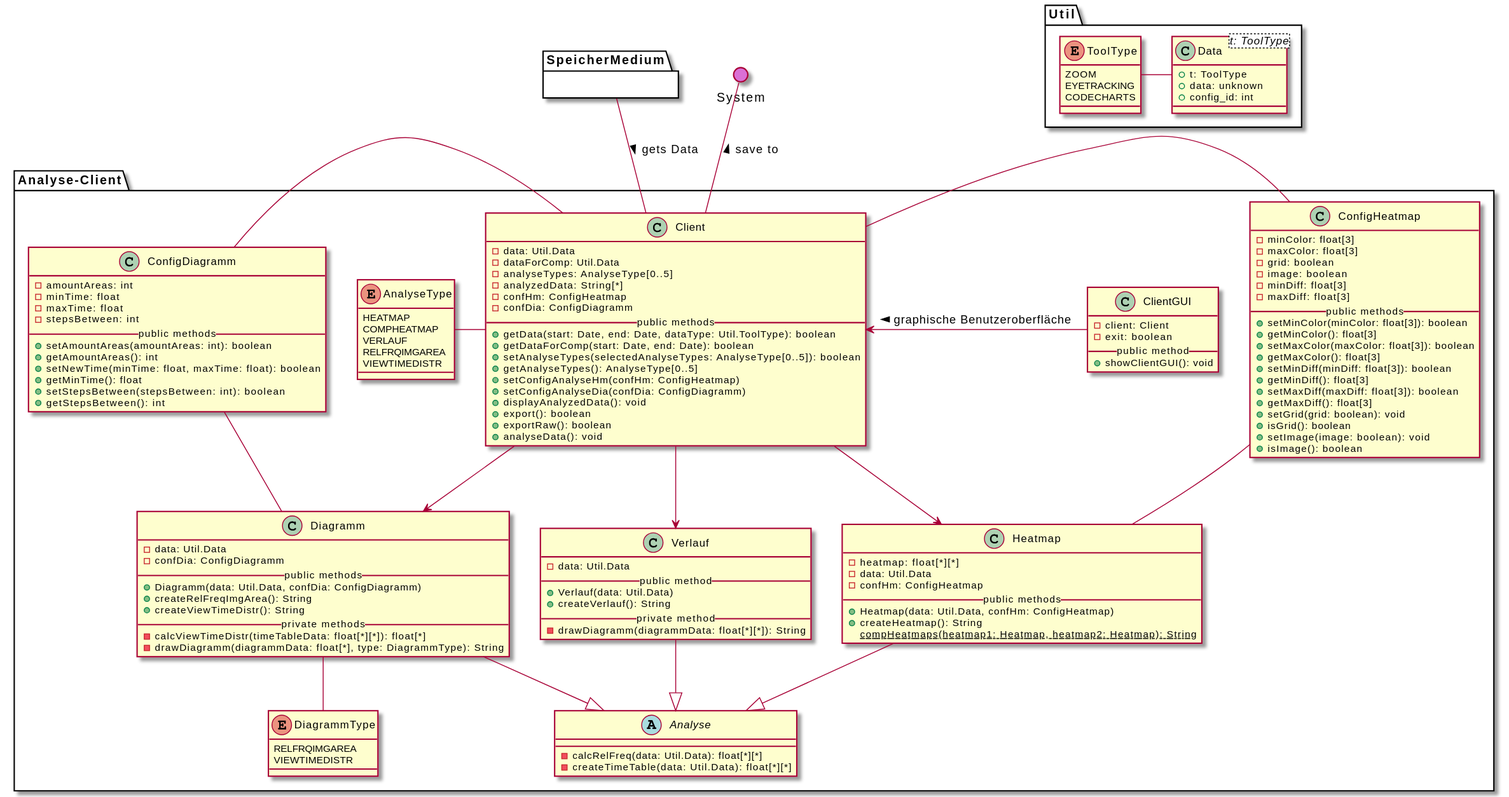
The PlantUML diagram uml-class/analyseclient/analyseclient.svg in weichware-10/dokumente, before a commit.
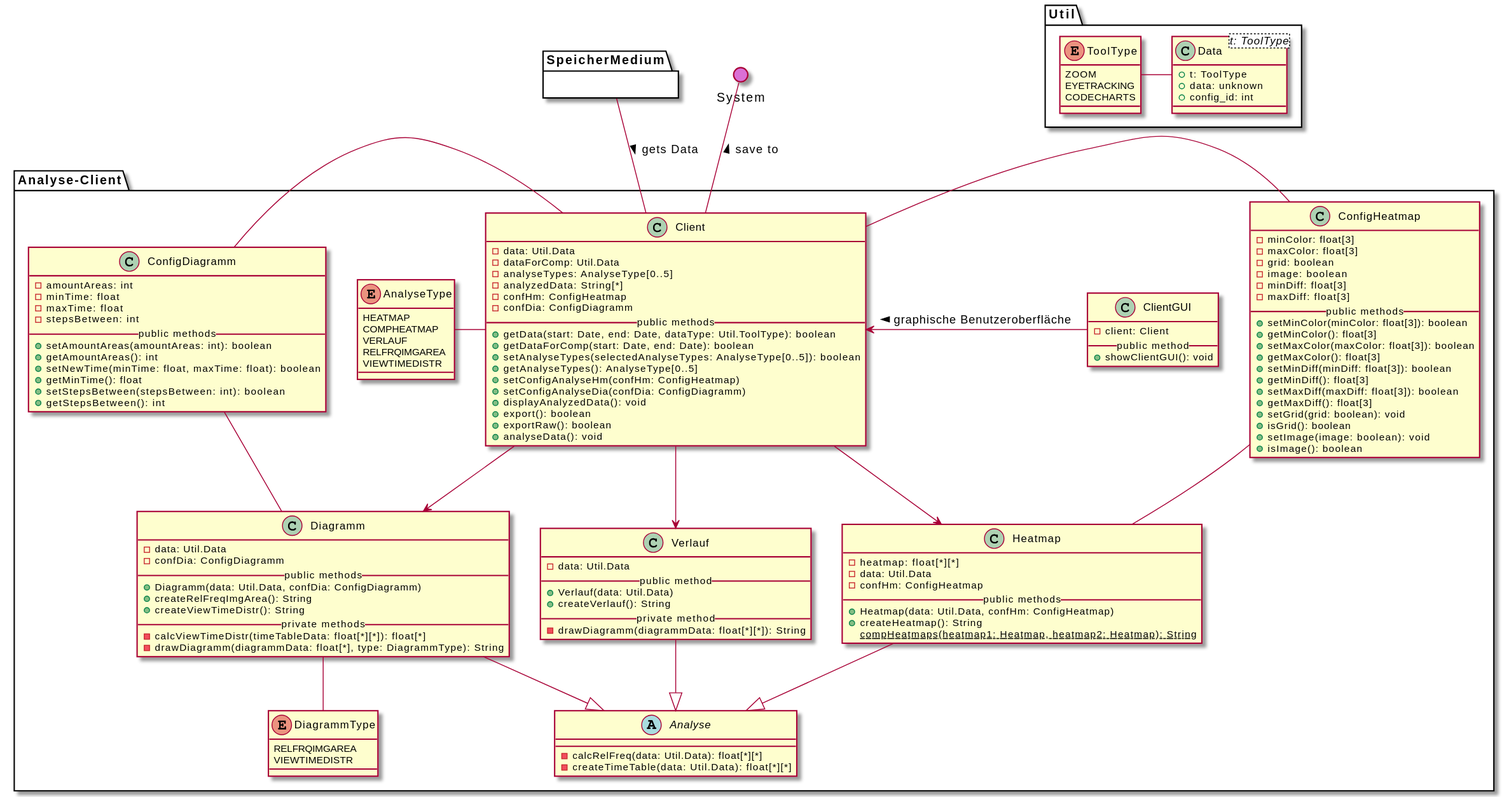
The same file after the commit.

Commit message:
rendered SVGs

Change to the diagram source:
```diff
@@ -108,7 +108,6 @@
 
     class ClientGUI {
         - client: Client
-        - exit: boolean
         __public method__
         + showClientGUI(): void
     }
```
